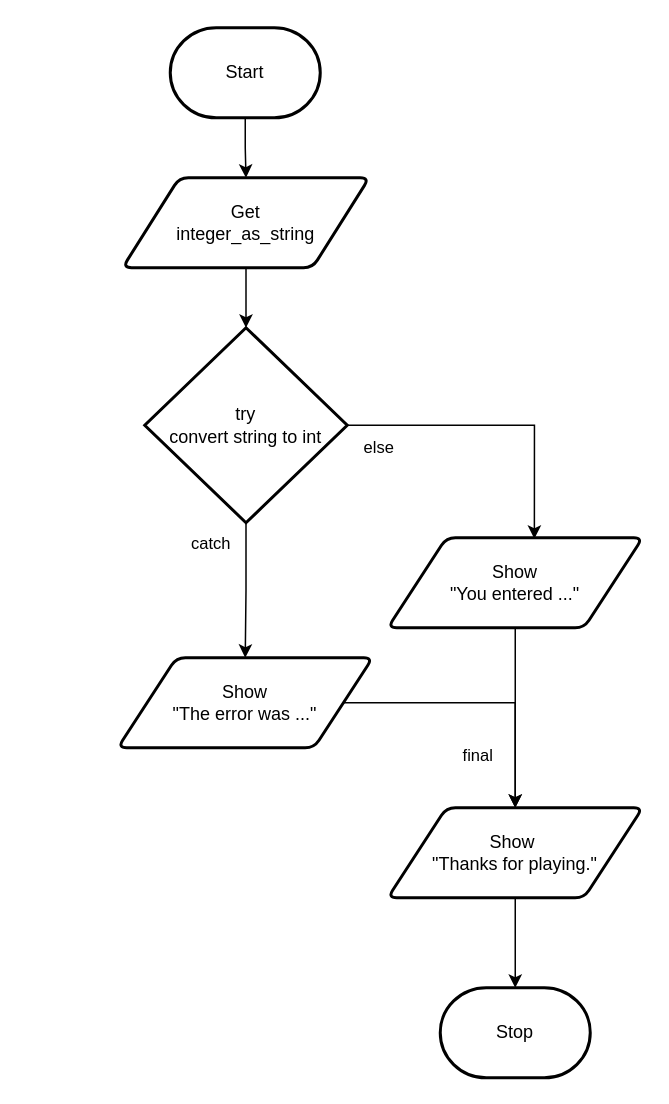
Before: docs/structured-problem-solving/images/flowchart-try-catch.drawio in Mr-Coxall/Computer-Based-Problem-Solving, a draw.io diagram. Source tidied: cells renumbered, new cells numbered last; positions are measured from the earlier drawing's top-left corner, leaving out a move shared by most shapes. Both pictures are drawn from the tidied source at 150%, with x=0, y=0 at pixel (117, 27).
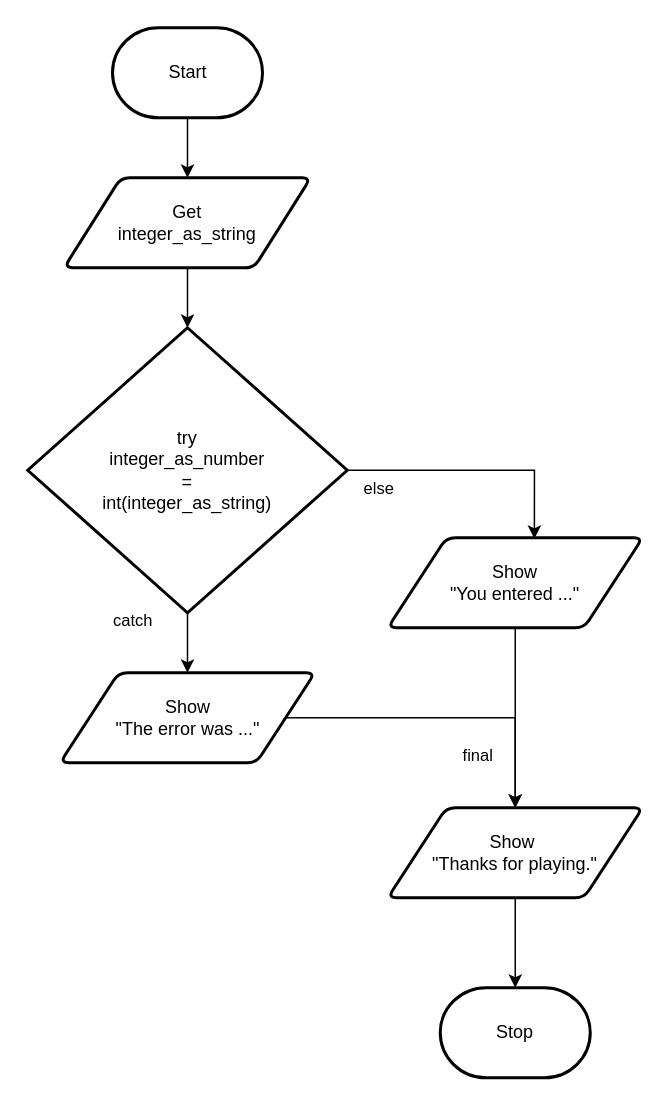
The same diagram, later.

What changed in the source:
```diff
@@
     <mxCell id="3" value="Start" style="strokeWidth=2;html=1;shape=mxgraph.flowchart.terminator;whiteSpace=wrap;" parent="1" vertex="1">
-      <mxGeometry x="35" width="100" height="60" as="geometry" />
+      <mxGeometry x="-3.5" width="100" height="60" as="geometry" />
     </mxCell>
@@
     <mxCell id="5" value="Get&lt;br&gt;integer_as_string" style="shape=parallelogram;html=1;strokeWidth=2;perimeter=parallelogramPerimeter;whiteSpace=wrap;rounded=1;arcSize=12;size=0.23;" parent="1" vertex="1">
-      <mxGeometry x="3.2" y="100" width="164.5" height="60" as="geometry" />
+      <mxGeometry x="-35.8" y="100" width="164.5" height="60" as="geometry" />
     </mxCell>
@@
-    <mxCell id="10" value="try&lt;br&gt;convert string to int" style="strokeWidth=2;html=1;shape=mxgraph.flowchart.decision;whiteSpace=wrap;" parent="1" vertex="1">
-      <mxGeometry x="18" y="200" width="135" height="130" as="geometry" />
+    <mxCell id="10" value="try&lt;br&gt;integer_as_number&lt;br&gt;=&lt;br&gt;int(integer_as_string)" style="strokeWidth=2;html=1;shape=mxgraph.flowchart.decision;whiteSpace=wrap;" parent="1" vertex="1">
+      <mxGeometry x="-60" y="200" width="213" height="190" as="geometry" />
     </mxCell>
     <mxCell id="11" value="catch" style="text;html=1;align=center;verticalAlign=middle;strokeColor=none;fillColor=none;fontSize=11;fontFamily=Helvetica;fontColor=default;" parent="1" vertex="1">
-      <mxGeometry x="37" y="329" width="50" height="30" as="geometry" />
+      <mxGeometry x="-15" y="380" width="50" height="30" as="geometry" />
     </mxCell>
@@
     <mxCell id="15" value="Show &lt;br&gt;&quot;The error was ...&quot;" style="shape=parallelogram;html=1;strokeWidth=2;perimeter=parallelogramPerimeter;whiteSpace=wrap;rounded=1;arcSize=12;size=0.23;" parent="1" vertex="1">
-      <mxGeometry y="420" width="170" height="60" as="geometry" />
+      <mxGeometry x="-38.5" y="430" width="170" height="60" as="geometry" />
     </mxCell>
     <mxCell id="16" value="else" style="text;html=1;align=center;verticalAlign=middle;strokeColor=none;fillColor=none;fontSize=11;fontFamily=Helvetica;fontColor=default;" parent="1" vertex="1">
-      <mxGeometry x="154" y="265" width="40" height="30" as="geometry" />
+      <mxGeometry x="154" y="292" width="40" height="30" as="geometry" />
     </mxCell>
```
